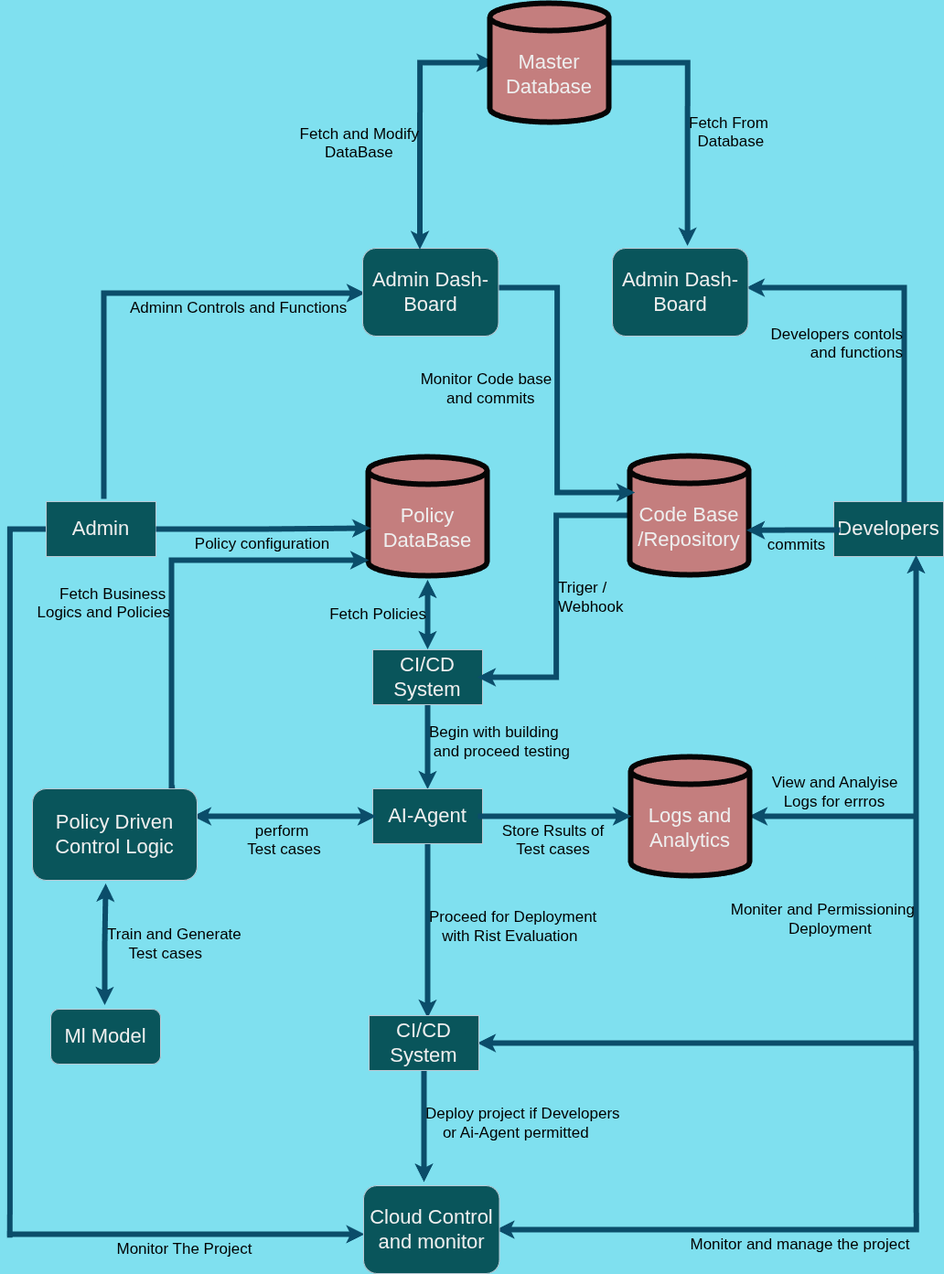
Earlier version of the draw.io export DFD_L1.png (anmol1kush/CS331_CI-CD-PIPELINE). Source tidied: cells renumbered, new cells last; positions are measured from the earlier drawing's top-left corner, leaving out a move shared by most shapes. Its diagram source:
```xml
<mxGraphModel background="light-dark(#7FE0EF,#121212)">
  <root>
    <mxCell id="0" />
    <mxCell id="1" parent="0" />
    <mxCell id="2" style="edgeStyle=orthogonalEdgeStyle;rounded=0;jettySize=auto;html=1;strokeColor=#0B4D6A;shape=pipe;endArrow=none;endFill=0;" parent="1" edge="1" source="3">
      <mxGeometry relative="1" as="geometry">
        <mxPoint x="3.3" y="1349.8" as="targetPoint" />
      </mxGeometry>
    </mxCell>
    <mxCell id="3" value="&lt;font style=&quot;font-size: 22px;&quot;&gt;Admin&lt;/font&gt;" style="rounded=0;whiteSpace=wrap;html=1;strokeColor=#BAC8D3;fontColor=#EEEEEE;fillColor=#09555B;labelBackgroundColor=none;" parent="1" vertex="1">
      <mxGeometry x="43" y="545" width="120" height="60" as="geometry" />
    </mxCell>
    <mxCell id="4" value="&lt;font style=&quot;font-size: 22px;&quot;&gt;Policy DataBase&lt;/font&gt;" style="shape=cylinder3;whiteSpace=wrap;html=1;boundedLbl=1;backgroundOutline=1;size=15;strokeColor=light-dark(#050505, #39454e);fontColor=#EEEEEE;fillColor=light-dark(#c47e7e, #7ebfc4);strokeWidth=6;labelBackgroundColor=none;" parent="1" vertex="1">
      <mxGeometry x="395" y="496" width="130" height="130" as="geometry" />
    </mxCell>
    <mxCell id="5" value="&lt;font style=&quot;font-size: 17px;&quot;&gt;Policy configuration&lt;/font&gt;" style="edgeStyle=orthogonalEdgeStyle;rounded=0;jettySize=auto;html=1;entryX=-0.023;entryY=0.6;entryDx=0;entryDy=0;entryPerimeter=0;strokeColor=#0B4D6A;shape=pipe;verticalAlign=top;labelBackgroundColor=none;" parent="1" edge="1" source="3" target="4">
      <mxGeometry relative="1" as="geometry" />
    </mxCell>
    <mxCell id="6" value="&lt;font style=&quot;font-size: 17px;&quot;&gt;Begin with building&lt;/font&gt;&lt;div&gt;&lt;font style=&quot;font-size: 17px;&quot;&gt;&amp;nbsp;and proceed testing&lt;/font&gt;&lt;/div&gt;" style="edgeStyle=orthogonalEdgeStyle;rounded=0;orthogonalLoop=1;jettySize=auto;html=1;entryX=0.5;entryY=0;entryDx=0;entryDy=0;strokeColor=#0B4D6A;shape=pipe;align=left;labelBackgroundColor=none;" parent="1" edge="1">
      <mxGeometry relative="1" as="geometry">
        <mxPoint x="460" y="762" as="sourcePoint" />
        <mxPoint x="460" y="854" as="targetPoint" />
      </mxGeometry>
    </mxCell>
    <mxCell id="7" value="&lt;font style=&quot;font-size: 22px;&quot;&gt;CI/CD System&lt;/font&gt;" style="rounded=0;whiteSpace=wrap;html=1;strokeColor=#BAC8D3;fontColor=#EEEEEE;fillColor=#09555B;labelBackgroundColor=none;" parent="1" vertex="1">
      <mxGeometry x="400" y="707" width="120" height="60" as="geometry" />
    </mxCell>
    <mxCell id="8" value="&lt;font style=&quot;font-size: 17px;&quot;&gt;Fetch Policies&lt;/font&gt;" style="edgeStyle=orthogonalEdgeStyle;rounded=0;orthogonalLoop=1;jettySize=auto;html=1;entryX=0.5;entryY=1;entryDx=0;entryDy=0;entryPerimeter=0;strokeColor=#0B4D6A;shape=pipe;startArrow=classic;startFill=1;verticalAlign=middle;align=right;labelBackgroundColor=none;" parent="1" edge="1">
      <mxGeometry relative="1" as="geometry">
        <mxPoint x="460" y="701" as="sourcePoint" />
        <mxPoint x="460" y="636" as="targetPoint" />
      </mxGeometry>
    </mxCell>
    <mxCell id="9" value="&lt;font style=&quot;font-size: 22px;&quot;&gt;Developers&lt;/font&gt;" style="rounded=0;whiteSpace=wrap;html=1;strokeColor=#BAC8D3;fontColor=#EEEEEE;fillColor=#09555B;" parent="1" vertex="1">
      <mxGeometry x="904" y="545" width="120" height="60" as="geometry" />
    </mxCell>
    <mxCell id="10" value="&lt;font style=&quot;font-size: 17px;&quot;&gt;Triger /&amp;nbsp;&lt;/font&gt;&lt;div&gt;&lt;font style=&quot;font-size: 17px;&quot;&gt;Webhook&lt;/font&gt;&lt;/div&gt;" style="edgeStyle=orthogonalEdgeStyle;rounded=0;jettySize=auto;html=1;entryX=1;entryY=0.5;entryDx=0;entryDy=0;strokeColor=#0B4D6A;shape=pipe;align=left;labelBackgroundColor=none;" parent="1" edge="1" source="11" target="7">
      <mxGeometry relative="1" as="geometry" />
    </mxCell>
    <mxCell id="11" value="&lt;font style=&quot;font-size: 22px;&quot;&gt;Code Base /Repository&lt;/font&gt;" style="shape=cylinder3;whiteSpace=wrap;html=1;boundedLbl=1;backgroundOutline=1;size=15;strokeColor=light-dark(#050505, #39454e);fontColor=#EEEEEE;fillColor=light-dark(#c47e7e, #7ebfc4);strokeWidth=6;labelBackgroundColor=none;" parent="1" vertex="1">
      <mxGeometry x="681" y="495" width="130" height="130" as="geometry" />
    </mxCell>
    <mxCell id="12" value="&lt;font style=&quot;font-size: 17px;&quot;&gt;commits&lt;/font&gt;" style="edgeStyle=orthogonalEdgeStyle;rounded=0;orthogonalLoop=1;jettySize=auto;html=1;strokeColor=#0B4D6A;shape=pipe;entryX=0.994;entryY=0.625;entryDx=0;entryDy=0;entryPerimeter=0;verticalAlign=top;labelBackgroundColor=none;" parent="1" edge="1">
      <mxGeometry relative="1" as="geometry">
        <mxPoint x="911" y="576" as="sourcePoint" />
        <mxPoint x="814.2" y="576.2" as="targetPoint" />
      </mxGeometry>
    </mxCell>
    <mxCell id="13" value="&lt;font style=&quot;font-size: 17px;&quot;&gt;Proceed for Deployment&lt;/font&gt;&lt;div&gt;&lt;font style=&quot;font-size: 17px;&quot;&gt;&amp;nbsp; &amp;nbsp;with Rist Evaluation&lt;/font&gt;&lt;/div&gt;" style="edgeStyle=orthogonalEdgeStyle;rounded=0;orthogonalLoop=1;jettySize=auto;html=1;entryX=0.5;entryY=0;entryDx=0;entryDy=0;strokeColor=#0B4D6A;shape=pipe;align=left;labelBackgroundColor=none;" parent="1" edge="1">
      <mxGeometry relative="1" as="geometry">
        <mxPoint x="460" y="916" as="sourcePoint" />
        <mxPoint x="460" y="1104" as="targetPoint" />
      </mxGeometry>
    </mxCell>
    <mxCell id="14" value="&lt;font style=&quot;font-size: 22px;&quot;&gt;AI-Agent&lt;/font&gt;" style="rounded=0;whiteSpace=wrap;html=1;strokeColor=#BAC8D3;fontColor=#EEEEEE;fillColor=#09555B;labelBackgroundColor=none;" parent="1" vertex="1">
      <mxGeometry x="400" y="859" width="120" height="60" as="geometry" />
    </mxCell>
    <mxCell id="15" value="&lt;font style=&quot;font-size: 17px;&quot;&gt;perform&amp;nbsp;&lt;/font&gt;&lt;div&gt;&lt;font style=&quot;font-size: 17px;&quot;&gt;Test cases&lt;/font&gt;&lt;/div&gt;" style="edgeStyle=orthogonalEdgeStyle;rounded=0;orthogonalLoop=1;jettySize=auto;html=1;entryX=0;entryY=0.5;entryDx=0;entryDy=0;strokeColor=#0B4D6A;shape=pipe;verticalAlign=top;startArrow=classic;startFill=1;labelBackgroundColor=none;" parent="1" edge="1">
      <mxGeometry relative="1" as="geometry">
        <mxPoint x="209" y="889" as="sourcePoint" />
        <mxPoint x="398" y="889" as="targetPoint" />
      </mxGeometry>
    </mxCell>
    <mxCell id="16" style="edgeStyle=orthogonalEdgeStyle;rounded=0;orthogonalLoop=1;jettySize=auto;html=1;strokeColor=#0B4D6A;endArrow=none;endFill=0;startArrow=classic;startFill=1;shape=pipe;verticalAlign=bottom;align=right;labelBackgroundColor=none;" parent="1" edge="1">
      <mxGeometry relative="1" as="geometry">
        <mxPoint x="817" y="889" as="sourcePoint" />
        <mxPoint x="991" y="889" as="targetPoint" />
      </mxGeometry>
    </mxCell>
    <mxCell id="17" value="&lt;font style=&quot;color: rgb(0, 0, 0); text-align: right; font-size: 17px;&quot;&gt;View and Analyise&lt;/font&gt;&lt;div style=&quot;color: rgb(0, 0, 0); text-align: right;&quot;&gt;&lt;span style=&quot;font-size: 17px; color: light-dark(rgb(0, 0, 0), rgb(255, 255, 255));&quot;&gt;Logs for errros&amp;nbsp; &amp;nbsp;&lt;/span&gt;&lt;/div&gt;" style="edgeLabel;html=1;align=center;verticalAlign=middle;strokeColor=#BAC8D3;fontColor=#EEEEEE;fillColor=#09555B;labelBackgroundColor=none;" parent="16" vertex="1">
      <mxGeometry x="-0.33" y="5" relative="1" as="geometry">
        <mxPoint x="29" y="-22" as="offset" />
      </mxGeometry>
    </mxCell>
    <mxCell id="18" value="&lt;font style=&quot;font-size: 22px;&quot;&gt;Logs and Analytics&lt;/font&gt;" style="shape=cylinder3;whiteSpace=wrap;html=1;boundedLbl=1;backgroundOutline=1;size=15;strokeColor=light-dark(#050505, #39454e);fontColor=#EEEEEE;fillColor=light-dark(#c47e7e, #7ebfc4);strokeWidth=6;labelBackgroundColor=none;" parent="1" vertex="1">
      <mxGeometry x="682" y="824" width="130" height="130" as="geometry" />
    </mxCell>
    <mxCell id="19" value="&lt;font style=&quot;font-size: 17px;&quot;&gt;Store&amp;nbsp;&lt;/font&gt;&lt;span style=&quot;font-size: 17px; color: light-dark(rgb(0, 0, 0), rgb(255, 255, 255));&quot;&gt;Rsults&amp;nbsp;&lt;/span&gt;&lt;span style=&quot;color: light-dark(rgb(0, 0, 0), rgb(255, 255, 255)); font-size: 17px;&quot;&gt;of&lt;/span&gt;&lt;div&gt;&lt;span style=&quot;color: light-dark(rgb(0, 0, 0), rgb(255, 255, 255)); font-size: 17px;&quot;&gt;Test cases&lt;/span&gt;&lt;/div&gt;" style="edgeStyle=orthogonalEdgeStyle;rounded=0;orthogonalLoop=1;jettySize=auto;html=1;entryX=0;entryY=0.5;entryDx=0;entryDy=0;entryPerimeter=0;strokeColor=#0B4D6A;shape=pipe;verticalAlign=top;labelBackgroundColor=none;" parent="1" edge="1">
      <mxGeometry relative="1" as="geometry">
        <mxPoint x="515" y="889" as="sourcePoint" />
        <mxPoint x="677" y="889" as="targetPoint" />
      </mxGeometry>
    </mxCell>
    <mxCell id="20" value="&lt;font style=&quot;font-size: 17px;&quot;&gt;Train and Generate&lt;/font&gt;&lt;div&gt;&lt;font style=&quot;font-size: 17px;&quot;&gt;&amp;nbsp; &amp;nbsp; &amp;nbsp;Test cases&lt;/font&gt;&lt;/div&gt;" style="edgeStyle=orthogonalEdgeStyle;rounded=0;orthogonalLoop=1;jettySize=auto;html=1;entryX=0.5;entryY=1;entryDx=0;entryDy=0;strokeColor=#0B4D6A;shape=pipe;startArrow=classic;startFill=1;align=left;labelBackgroundColor=none;" parent="1" edge="1">
      <mxGeometry relative="1" as="geometry">
        <mxPoint x="107" y="1090" as="sourcePoint" />
        <mxPoint x="108" y="968" as="targetPoint" />
      </mxGeometry>
    </mxCell>
    <mxCell id="21" style="edgeStyle=orthogonalEdgeStyle;rounded=0;orthogonalLoop=1;jettySize=auto;html=1;strokeColor=#0B4D6A;shape=pipe;endArrow=none;endFill=0;startArrow=classic;startFill=1;labelBackgroundColor=none;" parent="1" edge="1">
      <mxGeometry relative="1" as="geometry">
        <mxPoint x="520" y="1137" as="sourcePoint" />
        <mxPoint x="997" y="1137" as="targetPoint" />
      </mxGeometry>
    </mxCell>
    <mxCell id="22" value="&lt;font style=&quot;font-size: 17px;&quot;&gt;Deploy project if Developers&lt;/font&gt;&lt;div style=&quot;&quot;&gt;&lt;font style=&quot;font-size: 17px;&quot;&gt;&amp;nbsp; &amp;nbsp; or Ai-Agent permitted&lt;/font&gt;&lt;/div&gt;" style="edgeStyle=orthogonalEdgeStyle;rounded=0;jettySize=auto;html=1;strokeColor=#0B4D6A;shape=pipe;align=left;labelBackgroundColor=none;" parent="1" edge="1" source="23">
      <mxGeometry relative="1" as="geometry">
        <mxPoint x="456" y="1283.4" as="targetPoint" />
      </mxGeometry>
    </mxCell>
    <mxCell id="23" value="&lt;font style=&quot;font-size: 22px;&quot;&gt;CI/CD System&lt;/font&gt;" style="rounded=0;whiteSpace=wrap;html=1;strokeColor=#BAC8D3;fontColor=#EEEEEE;fillColor=#09555B;labelBackgroundColor=none;" parent="1" vertex="1">
      <mxGeometry x="396" y="1107" width="120" height="60" as="geometry" />
    </mxCell>
    <mxCell id="24" style="group;labelBackgroundColor=none;" parent="1" vertex="1">
      <mxGeometry x="994" y="609" height="534" as="geometry" />
    </mxCell>
    <mxCell id="25" style="edgeStyle=orthogonalEdgeStyle;rounded=0;orthogonalLoop=1;jettySize=auto;html=1;strokeColor=#0B4D6A;endArrow=none;endFill=0;startArrow=classic;startFill=1;shape=pipe;align=right;labelBackgroundColor=none;" parent="24" edge="1">
      <mxGeometry relative="1" as="geometry">
        <mxPoint as="sourcePoint" />
        <mxPoint y="283" as="targetPoint" />
      </mxGeometry>
    </mxCell>
    <mxCell id="26" value="&lt;span style=&quot;font-size: 17px;&quot;&gt;Moniter and Permissioning&lt;/span&gt;&lt;div&gt;&lt;span style=&quot;font-size: 17px; color: light-dark(rgb(0, 0, 0), rgb(255, 255, 255));&quot;&gt;Deployment&amp;nbsp; &amp;nbsp; &amp;nbsp; &amp;nbsp; &amp;nbsp;&amp;nbsp;&lt;/span&gt;&lt;/div&gt;" style="edgeStyle=orthogonalEdgeStyle;rounded=0;orthogonalLoop=1;jettySize=auto;html=1;strokeColor=#0B4D6A;endArrow=none;endFill=0;startArrow=none;startFill=0;shape=pipe;align=right;labelBackgroundColor=none;" parent="24" edge="1">
      <mxGeometry relative="1" as="geometry">
        <mxPoint y="251" as="sourcePoint" />
        <mxPoint y="534" as="targetPoint" />
      </mxGeometry>
    </mxCell>
    <mxCell id="27" value="&lt;font style=&quot;font-size: 17px;&quot;&gt;Developers contols&lt;/font&gt;&lt;div&gt;&lt;font style=&quot;font-size: 17px;&quot;&gt;&amp;nbsp;and functions&lt;/font&gt;&lt;/div&gt;" style="edgeStyle=orthogonalEdgeStyle;rounded=0;orthogonalLoop=1;jettySize=auto;html=1;entryX=0.5;entryY=0;entryDx=0;entryDy=0;strokeColor=#0B4D6A;shape=pipe;align=right;verticalAlign=top;labelBackgroundColor=none;startArrow=classic;startFill=1;endArrow=none;endFill=0;" parent="1" edge="1">
      <mxGeometry relative="1" as="geometry">
        <mxPoint x="814" y="311" as="sourcePoint" />
        <mxPoint x="981" y="546" as="targetPoint" />
      </mxGeometry>
    </mxCell>
    <mxCell id="28" value="&lt;font style=&quot;font-size: 17px;&quot;&gt;Adminn Controls and Functions&lt;/font&gt;" style="edgeStyle=orthogonalEdgeStyle;rounded=0;orthogonalLoop=1;jettySize=auto;html=1;entryX=0;entryY=0.5;entryDx=0;entryDy=0;entryPerimeter=0;strokeColor=#0B4D6A;shape=pipe;verticalAlign=top;align=left;labelBackgroundColor=none;" parent="1" edge="1">
      <mxGeometry relative="1" as="geometry">
        <mxPoint x="106" y="542" as="sourcePoint" />
        <mxPoint x="386" y="317" as="targetPoint" />
        <Array as="points">
          <mxPoint x="106" y="317" />
        </Array>
      </mxGeometry>
    </mxCell>
    <mxCell id="29" value="&lt;font style=&quot;font-size: 17px;&quot;&gt;Monitor Code base&amp;nbsp;&lt;/font&gt;&lt;div&gt;&lt;font style=&quot;font-size: 17px;&quot;&gt;and commits&amp;nbsp; &amp;nbsp; &amp;nbsp;&lt;/font&gt;&lt;/div&gt;" style="edgeStyle=orthogonalEdgeStyle;rounded=0;jettySize=auto;html=1;entryX=0;entryY=0;entryDx=0;entryDy=40;entryPerimeter=0;strokeColor=#0B4D6A;shape=pipe;align=right;labelBackgroundColor=none;" parent="1" edge="1" target="11">
      <mxGeometry relative="1" as="geometry">
        <mxPoint x="521" y="311" as="sourcePoint" />
      </mxGeometry>
    </mxCell>
    <mxCell id="30" value="&lt;font style=&quot;font-size: 17px;&quot;&gt;Fetch Business&amp;nbsp;&lt;/font&gt;&lt;div&gt;&lt;font style=&quot;font-size: 17px;&quot;&gt;Logics and Policies&lt;/font&gt;&lt;/div&gt;" style="edgeStyle=orthogonalEdgeStyle;rounded=0;orthogonalLoop=1;jettySize=auto;html=1;strokeColor=#0B4D6A;exitX=0.815;exitY=-0.041;exitDx=0;exitDy=0;exitPerimeter=0;shape=pipe;align=right;verticalAlign=top;labelBackgroundColor=none;" parent="1" edge="1">
      <mxGeometry relative="1" as="geometry">
        <mxPoint x="183.7" y="857.9" as="sourcePoint" />
        <mxPoint x="390" y="609" as="targetPoint" />
        <Array as="points">
          <mxPoint x="180" y="858" />
          <mxPoint x="180" y="609" />
        </Array>
      </mxGeometry>
    </mxCell>
    <mxCell id="31" value="&lt;font style=&quot;font-size: 22px;&quot;&gt;Policy Driven Control Logic&lt;/font&gt;" style="rounded=1;whiteSpace=wrap;html=1;strokeColor=#BAC8D3;fontColor=#EEEEEE;fillColor=#09555B;labelBackgroundColor=none;" parent="1" vertex="1">
      <mxGeometry x="28" y="859" width="180" height="100" as="geometry" />
    </mxCell>
    <mxCell id="32" value="&lt;span style=&quot;font-size: 22px;&quot;&gt;Ml Model&lt;/span&gt;" style="rounded=1;whiteSpace=wrap;html=1;strokeColor=#BAC8D3;fontColor=#EEEEEE;fillColor=#09555B;labelBackgroundColor=none;" parent="1" vertex="1">
      <mxGeometry x="48" y="1100" width="120" height="60" as="geometry" />
    </mxCell>
    <mxCell id="33" value="&lt;font style=&quot;font-size: 17px;&quot;&gt;Monitor and manage the project&lt;/font&gt;" style="edgeStyle=orthogonalEdgeStyle;rounded=0;orthogonalLoop=1;jettySize=auto;html=1;strokeColor=#0B4D6A;shape=pipe;endArrow=none;endFill=0;startArrow=classic;startFill=1;verticalAlign=top;labelBackgroundColor=none;" parent="1" edge="1">
      <mxGeometry relative="1" as="geometry">
        <mxPoint x="540.5" y="1341" as="sourcePoint" />
        <mxPoint x="994.1" y="1141.3" as="targetPoint" />
      </mxGeometry>
    </mxCell>
    <mxCell id="34" value="&lt;font style=&quot;font-size: 17px;&quot;&gt;Monitor The Project&lt;/font&gt;" style="edgeStyle=orthogonalEdgeStyle;rounded=0;orthogonalLoop=1;jettySize=auto;html=1;strokeColor=#0B4D6A;shape=pipe;startArrow=classic;startFill=1;endArrow=none;endFill=0;verticalAlign=top;labelBackgroundColor=none;" parent="1" edge="1">
      <mxGeometry relative="1" as="geometry">
        <mxPoint x="385.5" y="1346" as="sourcePoint" />
        <mxPoint x="0.2" y="1346" as="targetPoint" />
      </mxGeometry>
    </mxCell>
    <mxCell id="35" value="&lt;span style=&quot;font-size: 22px;&quot;&gt;Cloud Control and monitor&lt;/span&gt;" style="rounded=1;whiteSpace=wrap;html=1;strokeColor=#BAC8D3;fontColor=#EEEEEE;fillColor=#09555B;" parent="1" vertex="1">
      <mxGeometry x="390" y="1293" width="148.5" height="96" as="geometry" />
    </mxCell>
    <mxCell id="36" value="&lt;span style=&quot;font-size: 22px;&quot;&gt;Admin Dash-Board&lt;/span&gt;" style="rounded=1;whiteSpace=wrap;html=1;strokeColor=#BAC8D3;fontColor=#EEEEEE;fillColor=#09555B;" parent="1" vertex="1">
      <mxGeometry x="389" y="268" width="148.5" height="96" as="geometry" />
    </mxCell>
    <mxCell id="37" value="&lt;span style=&quot;font-size: 22px;&quot;&gt;Admin Dash-Board&lt;/span&gt;" style="rounded=1;whiteSpace=wrap;html=1;strokeColor=#BAC8D3;fontColor=#EEEEEE;fillColor=#09555B;" parent="1" vertex="1">
      <mxGeometry x="662" y="268" width="148.5" height="96" as="geometry" />
    </mxCell>
    <mxCell id="38" value="&lt;font style=&quot;font-size: 17px;&quot;&gt;Fetch and Modify&lt;/font&gt;&lt;div&gt;&lt;font style=&quot;font-size: 17px;&quot;&gt;DataBase&amp;nbsp; &amp;nbsp; &amp;nbsp;&amp;nbsp;&lt;/font&gt;&lt;/div&gt;" style="edgeStyle=orthogonalEdgeStyle;rounded=0;jettySize=auto;html=1;strokeColor=#0B4D6A;shape=pipe;startArrow=classic;startFill=1;align=right;labelBackgroundColor=none;verticalAlign=top;" parent="1" edge="1" source="40">
      <mxGeometry relative="1" as="geometry">
        <mxPoint x="451.5" y="263.6" as="targetPoint" />
      </mxGeometry>
    </mxCell>
    <mxCell id="39" value="&lt;font style=&quot;font-size: 17px;&quot;&gt;Fetch From&lt;/font&gt;&lt;div&gt;&lt;font style=&quot;font-size: 17px;&quot;&gt;&amp;nbsp; Database&lt;/font&gt;&lt;/div&gt;" style="edgeStyle=orthogonalEdgeStyle;rounded=0;orthogonalLoop=1;jettySize=auto;html=1;strokeColor=#0B4D6A;shape=pipe;align=left;labelBackgroundColor=none;verticalAlign=top;" parent="1" edge="1">
      <mxGeometry relative="1" as="geometry">
        <mxPoint x="648" y="65" as="sourcePoint" />
        <mxPoint x="744.1" y="259.8" as="targetPoint" />
      </mxGeometry>
    </mxCell>
    <mxCell id="40" value="&lt;span style=&quot;font-size: 22px;&quot;&gt;Master Database&lt;/span&gt;" style="shape=cylinder3;whiteSpace=wrap;html=1;boundedLbl=1;backgroundOutline=1;size=15;strokeColor=light-dark(#050505, #39454e);fontColor=#EEEEEE;fillColor=light-dark(#c47e7e, #7ebfc4);strokeWidth=6;labelBackgroundColor=none;" parent="1" vertex="1">
      <mxGeometry x="528" width="130" height="130" as="geometry" />
    </mxCell>
  </root>
</mxGraphModel>
```
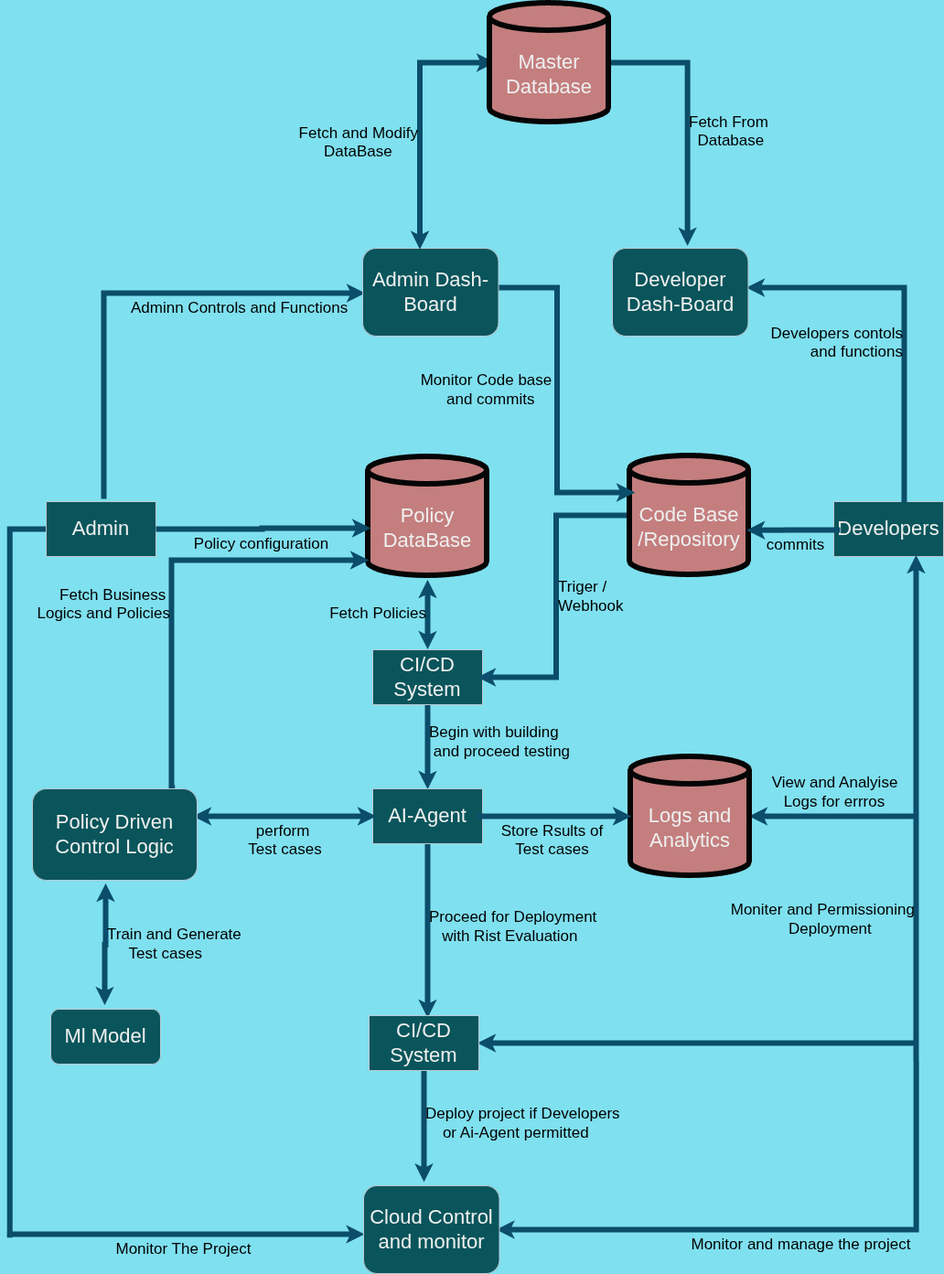
The same diagram one commit later.

Diff of the diagram source:
```diff
@@ -170,7 +170,7 @@
     <mxCell id="36" value="&lt;span style=&quot;font-size: 22px;&quot;&gt;Admin Dash-Board&lt;/span&gt;" style="rounded=1;whiteSpace=wrap;html=1;strokeColor=#BAC8D3;fontColor=#EEEEEE;fillColor=#09555B;" parent="1" vertex="1">
       <mxGeometry x="389" y="268" width="148.5" height="96" as="geometry" />
     </mxCell>
-    <mxCell id="37" value="&lt;span style=&quot;font-size: 22px;&quot;&gt;Admin Dash-Board&lt;/span&gt;" style="rounded=1;whiteSpace=wrap;html=1;strokeColor=#BAC8D3;fontColor=#EEEEEE;fillColor=#09555B;" parent="1" vertex="1">
+    <mxCell id="37" value="&lt;span style=&quot;font-size: 22px;&quot;&gt;Developer Dash-Board&lt;/span&gt;" style="rounded=1;whiteSpace=wrap;html=1;strokeColor=#BAC8D3;fontColor=#EEEEEE;fillColor=#09555B;" parent="1" vertex="1">
       <mxGeometry x="662" y="268" width="148.5" height="96" as="geometry" />
     </mxCell>
     <mxCell id="38" value="&lt;font style=&quot;font-size: 17px;&quot;&gt;Fetch and Modify&lt;/font&gt;&lt;div&gt;&lt;font style=&quot;font-size: 17px;&quot;&gt;DataBase&amp;nbsp; &amp;nbsp; &amp;nbsp;&amp;nbsp;&lt;/font&gt;&lt;/div&gt;" style="edgeStyle=orthogonalEdgeStyle;rounded=0;jettySize=auto;html=1;strokeColor=#0B4D6A;shape=pipe;startArrow=classic;startFill=1;align=right;labelBackgroundColor=none;verticalAlign=top;" parent="1" edge="1" source="40">
```
